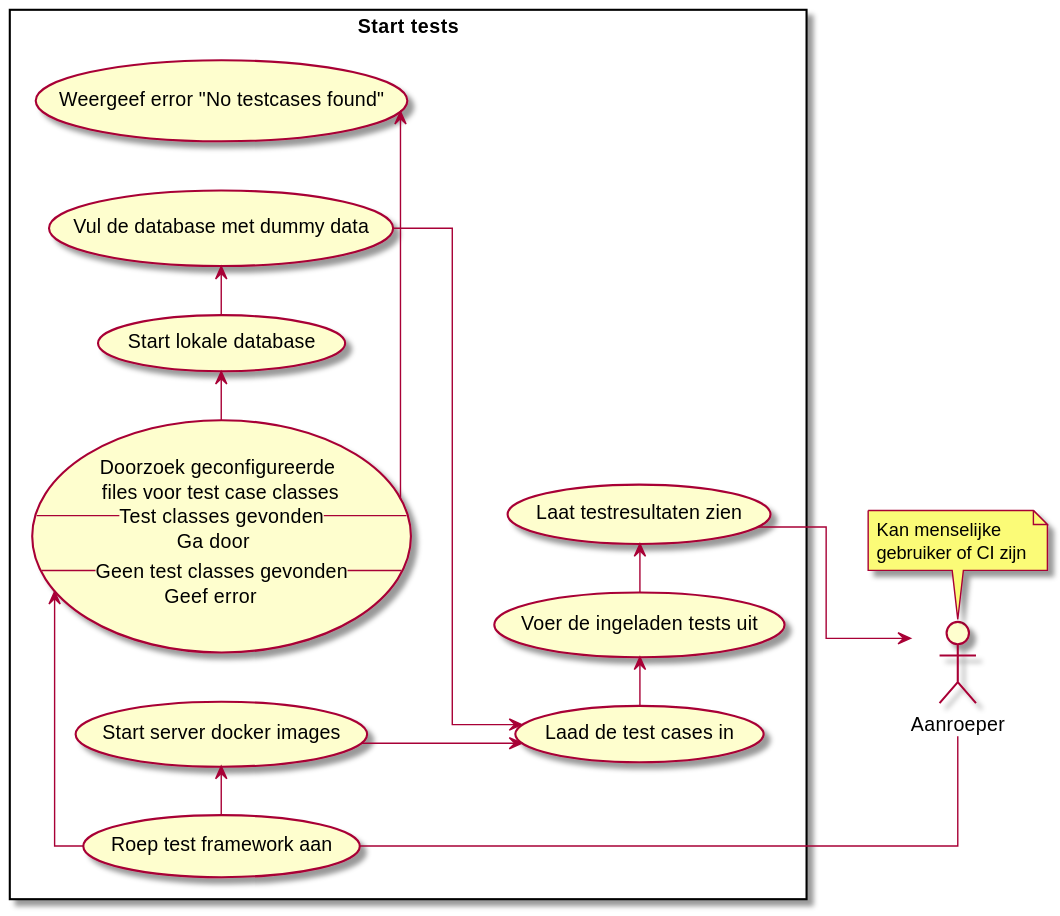
Before: out/Scenarios/StartTests/usecase.svg, a diagram exported from PlantUML (dannypas00/bouw7-uml).
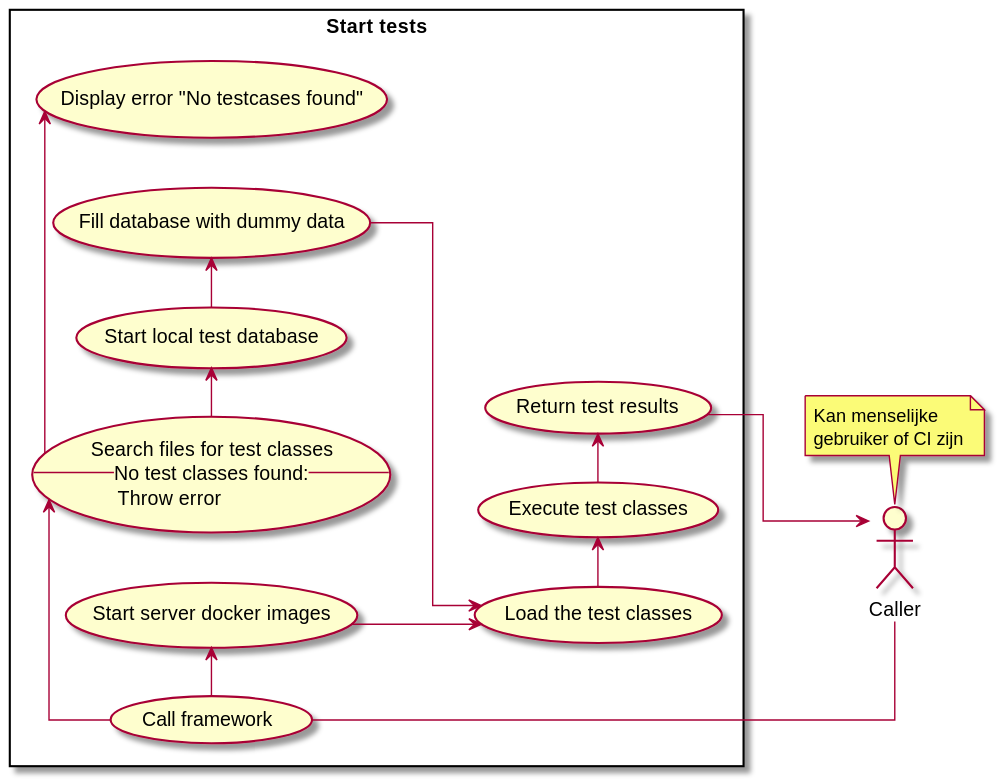
The same diagram one commit later.

What changed in the source:
```diff
@@ -2,25 +2,22 @@
 left to right direction
 skinparam linetype ortho
 
-actor caller as "Aanroeper"
+actor caller as "Caller"
 
 note top of caller: Kan menselijke\ngebruiker of CI zijn
 
 rectangle "Start tests" {
-    usecase start as "Roep test framework aan"
-    usecase search as "Doorzoek geconfigureerde \nfiles voor test case classes
-    --Test classes gevonden--
-              Ga door
-    --Geen test classes gevonden--
-                Geef error
-    "
-    usecase db as "Start lokale database"
-    usecase init as "Vul de database met dummy data"
+    usecase start as "Call framework"
+    usecase search as "Search files for test classes
+    --No test classes found:--
+    Throw error"
+    usecase db as "Start local test database"
+    usecase init as "Fill database with dummy data"
     usecase servers as "Start server docker images"
-    usecase load as "Laad de test cases in"
-    usecase execute as "Voer de ingeladen tests uit"
-    usecase return as "Laat testresultaten zien"
-    usecase error as "Weergeef error "No testcases found""
+    usecase load as "Load the test classes"
+    usecase execute as "Execute test classes"
+    usecase return as "Return test results"
+    usecase error as "Display error "No testcases found""
 }
 
 caller -- start
```
